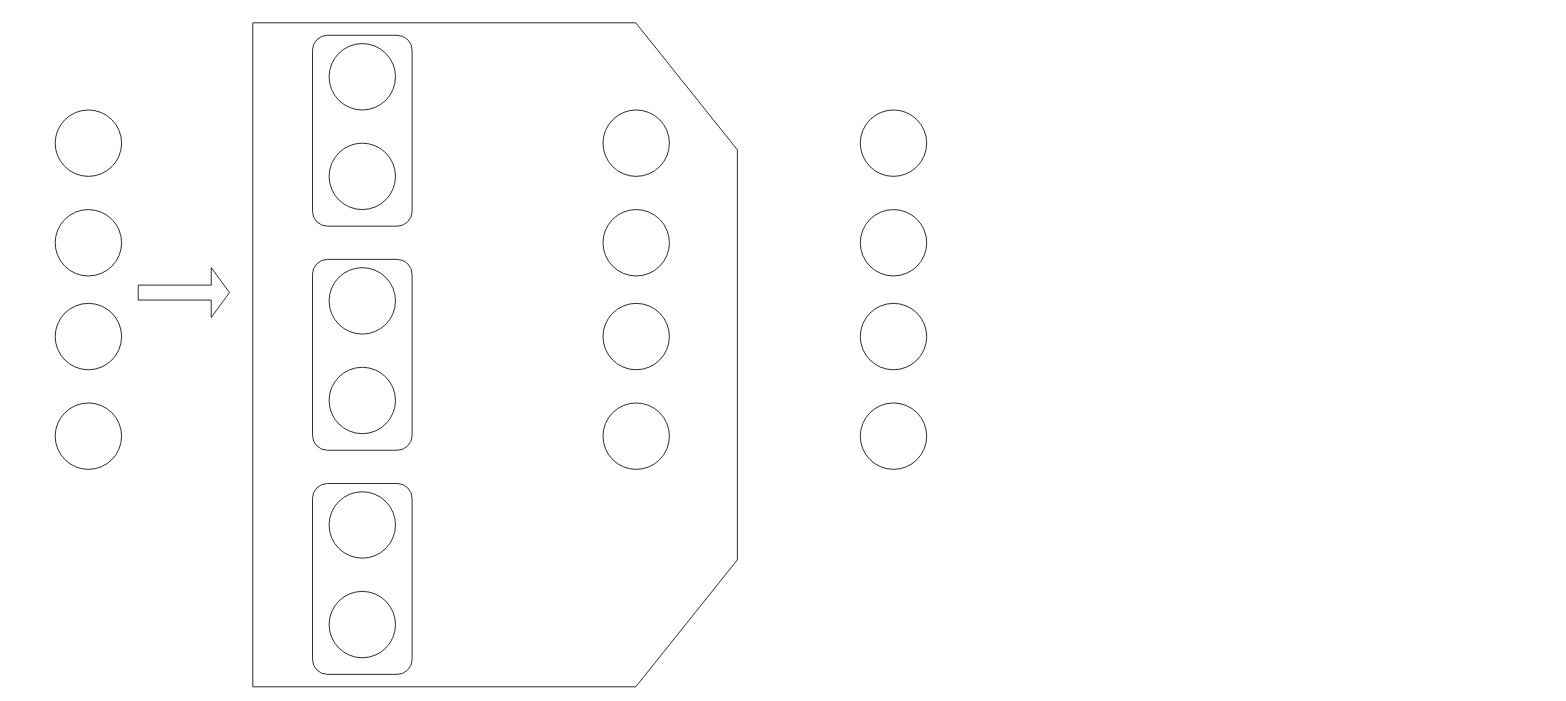
rammalahmad/pruned_GPT keeps this draw.io diagram as hooks_diagram.drawio. Above is the earlier version. Source tidied: cells renumbered, new cells numbered last; positions are measured from the earlier drawing's top-left corner, leaving out a move shared by most shapes. Both pictures are drawn from the tidied source at 83%, with x=0, y=0 at pixel (55, 35).
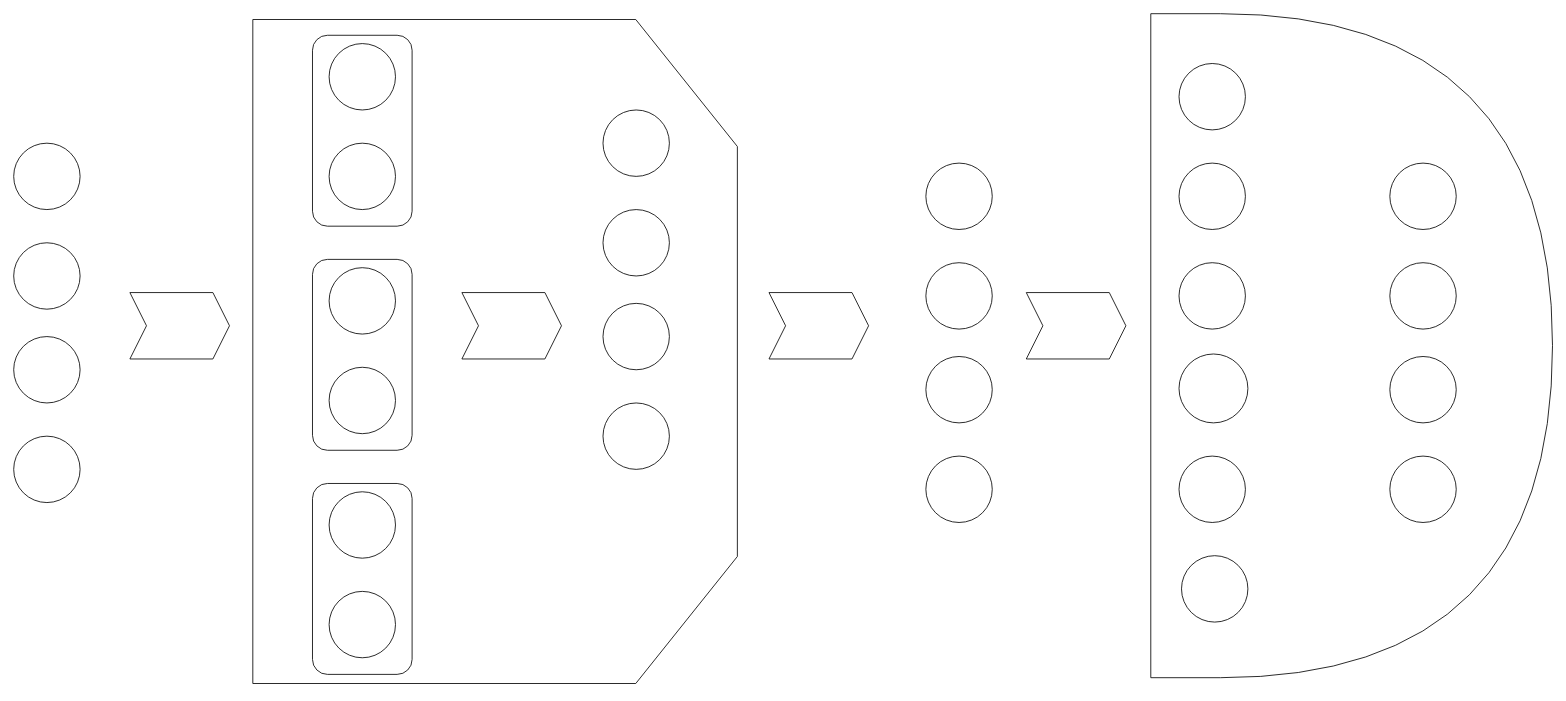
After the change.

Commit message (it also covers changes not shown here):
diagram progress

What changed in the source:
```diff
@@
+    <mxCell id="25" style="shape=delay;whiteSpace=wrap;html=1;fillColor=none;" parent="1" vertex="1">
+      <mxGeometry x="1320" y="-26" width="484" height="800" as="geometry" />
+    </mxCell>
     <mxCell id="2" style="ellipse;whiteSpace=wrap;html=1;" parent="1" vertex="1">
-      <mxGeometry y="90" width="80" height="80" as="geometry" />
+      <mxGeometry x="-50" y="130" width="80" height="80" as="geometry" />
     </mxCell>
     <mxCell id="3" style="ellipse;whiteSpace=wrap;html=1;" parent="1" vertex="1">
-      <mxGeometry y="210" width="80" height="80" as="geometry" />
+      <mxGeometry x="-50" y="250" width="80" height="80" as="geometry" />
     </mxCell>
     <mxCell id="4" style="ellipse;whiteSpace=wrap;html=1;" parent="1" vertex="1">
-      <mxGeometry y="323" width="80" height="80" as="geometry" />
+      <mxGeometry x="-50" y="363" width="80" height="80" as="geometry" />
     </mxCell>
     <mxCell id="5" style="ellipse;whiteSpace=wrap;html=1;" parent="1" vertex="1">
-      <mxGeometry y="443" width="80" height="80" as="geometry" />
+      <mxGeometry x="-50" y="483" width="80" height="80" as="geometry" />
     </mxCell>
@@
     <mxCell id="19" style="ellipse;whiteSpace=wrap;html=1;" parent="1" vertex="1">
-      <mxGeometry x="970" y="90" width="80" height="80" as="geometry" />
+      <mxGeometry x="1049" y="154" width="80" height="80" as="geometry" />
     </mxCell>
     <mxCell id="20" style="ellipse;whiteSpace=wrap;html=1;" parent="1" vertex="1">
-      <mxGeometry x="970" y="210" width="80" height="80" as="geometry" />
+      <mxGeometry x="1049" y="274" width="80" height="80" as="geometry" />
     </mxCell>
     <mxCell id="21" style="ellipse;whiteSpace=wrap;html=1;" parent="1" vertex="1">
-      <mxGeometry x="970" y="323" width="80" height="80" as="geometry" />
+      <mxGeometry x="1049" y="387" width="80" height="80" as="geometry" />
     </mxCell>
     <mxCell id="22" style="ellipse;whiteSpace=wrap;html=1;" parent="1" vertex="1">
-      <mxGeometry x="970" y="443" width="80" height="80" as="geometry" />
+      <mxGeometry x="1049" y="507" width="80" height="80" as="geometry" />
     </mxCell>
     <mxCell id="23" style="shape=loopLimit;whiteSpace=wrap;html=1;size=153;rotation=90;strokeColor=default;fillColor=none;" parent="1" vertex="1">
-      <mxGeometry x="130" y="93.1" width="800" height="583.8" as="geometry" />
+      <mxGeometry x="130" y="89.1" width="800" height="583.8" as="geometry" />
     </mxCell>
-    <mxCell id="24" style="shape=singleArrow;whiteSpace=wrap;html=1;" parent="1" vertex="1">
-      <mxGeometry x="100" y="280" width="110" height="60" as="geometry" />
-    </mxCell>
+    <mxCell id="26" style="ellipse;whiteSpace=wrap;html=1;" parent="1" vertex="1">
+      <mxGeometry x="1354" y="154" width="80" height="80" as="geometry" />
+    </mxCell>
+    <mxCell id="27" style="ellipse;whiteSpace=wrap;html=1;" parent="1" vertex="1">
+      <mxGeometry x="1354" y="274" width="80" height="80" as="geometry" />
+    </mxCell>
+    <mxCell id="28" style="ellipse;whiteSpace=wrap;html=1;" parent="1" vertex="1">
+      <mxGeometry x="1354" y="384" width="83" height="83" as="geometry" />
+    </mxCell>
+    <mxCell id="29" style="ellipse;whiteSpace=wrap;html=1;" parent="1" vertex="1">
+      <mxGeometry x="1354" y="507" width="80" height="80" as="geometry" />
+    </mxCell>
+    <mxCell id="30" style="ellipse;whiteSpace=wrap;html=1;" parent="1" vertex="1">
+      <mxGeometry x="1354" y="34" width="80" height="80" as="geometry" />
+    </mxCell>
+    <mxCell id="31" style="ellipse;whiteSpace=wrap;html=1;" parent="1" vertex="1">
+      <mxGeometry x="1357" y="627" width="80" height="80" as="geometry" />
+    </mxCell>
+    <mxCell id="32" style="ellipse;whiteSpace=wrap;html=1;" parent="1" vertex="1">
+      <mxGeometry x="1608" y="154" width="80" height="80" as="geometry" />
+    </mxCell>
+    <mxCell id="33" style="ellipse;whiteSpace=wrap;html=1;" parent="1" vertex="1">
+      <mxGeometry x="1608" y="274" width="80" height="80" as="geometry" />
+    </mxCell>
+    <mxCell id="34" style="ellipse;whiteSpace=wrap;html=1;" parent="1" vertex="1">
+      <mxGeometry x="1608" y="387" width="80" height="80" as="geometry" />
+    </mxCell>
+    <mxCell id="35" style="ellipse;whiteSpace=wrap;html=1;" parent="1" vertex="1">
+      <mxGeometry x="1608" y="507" width="80" height="80" as="geometry" />
+    </mxCell>
+    <mxCell id="36" style="shape=step;perimeter=stepPerimeter;whiteSpace=wrap;html=1;fixedSize=1;" parent="1" vertex="1">
+      <mxGeometry x="90" y="310" width="120" height="80" as="geometry" />
+    </mxCell>
+    <mxCell id="37" style="shape=step;perimeter=stepPerimeter;whiteSpace=wrap;html=1;fixedSize=1;" parent="1" vertex="1">
+      <mxGeometry x="490" y="310" width="120" height="80" as="geometry" />
+    </mxCell>
+    <mxCell id="38" style="shape=step;perimeter=stepPerimeter;whiteSpace=wrap;html=1;fixedSize=1;" parent="1" vertex="1">
+      <mxGeometry x="860" y="310" width="120" height="80" as="geometry" />
+    </mxCell>
+    <mxCell id="39" style="shape=step;perimeter=stepPerimeter;whiteSpace=wrap;html=1;fixedSize=1;" parent="1" vertex="1">
+      <mxGeometry x="1170" y="310" width="120" height="80" as="geometry" />
+    </mxCell>
```
